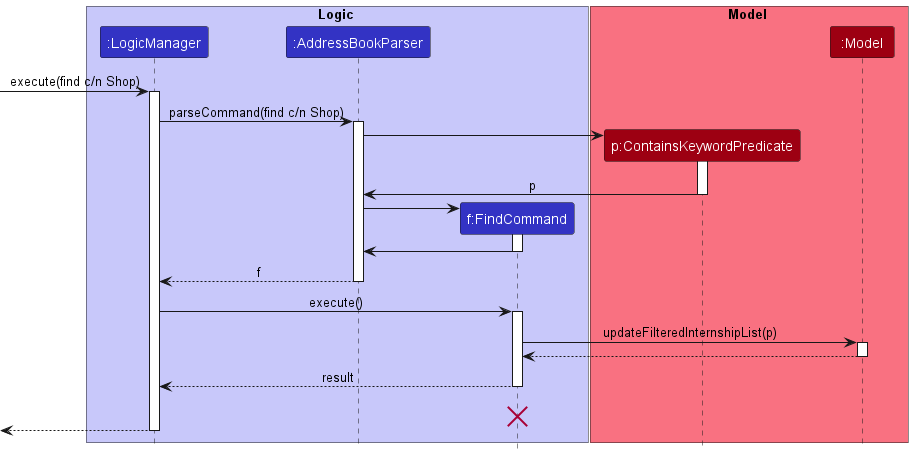
The PlantUML diagram docs/images/FindSequenceDiagram.png in nus-cs2103-AY2223S1/tp, before a commit.
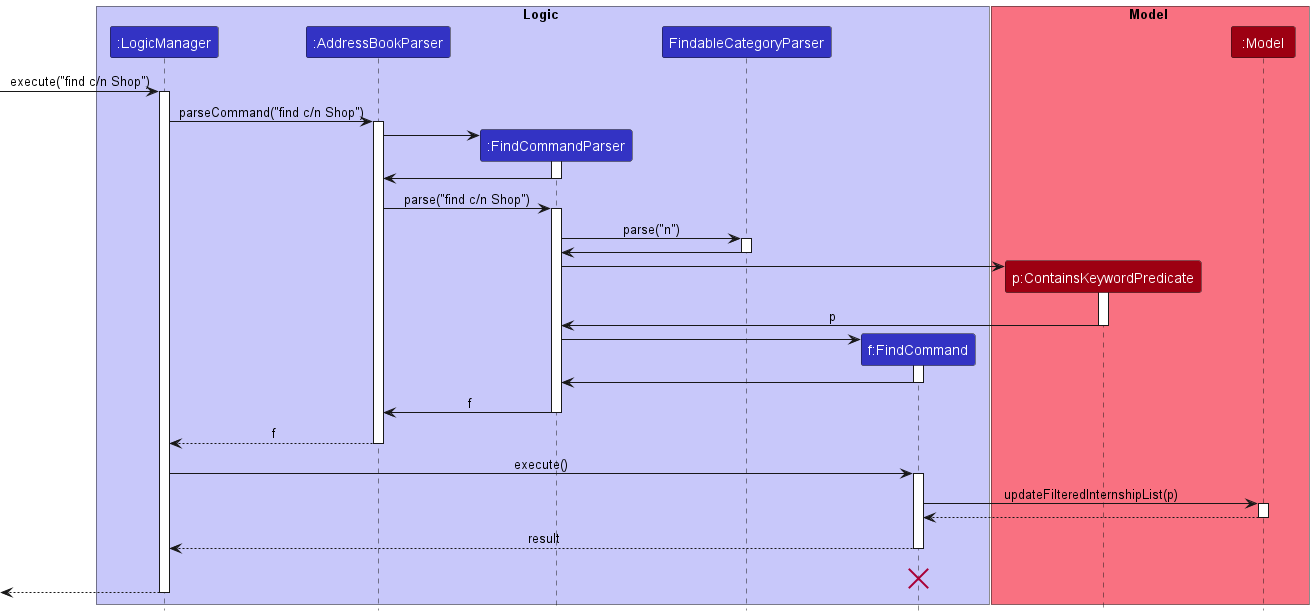
Above is the later version.

Commit message:
Fix UML Sequence Diagram

What changed in the source:
```diff
@@ -4,6 +4,8 @@
 box Logic LOGIC_COLOR_T1
 participant ":LogicManager" as LogicManager LOGIC_COLOR
 participant ":AddressBookParser" as AddressBookParser LOGIC_COLOR
+participant ":FindCommandParser" as FindParser LOGIC_COLOR
+participant "FindableCategoryParser" as CategoryParser LOGIC_COLOR
 participant "f:FindCommand" as FindCommand LOGIC_COLOR
 end box
 
@@ -11,25 +13,44 @@
 participant "p:ContainsKeywordPredicate" as Predicate MODEL_COLOR
 participant ":Model" as Model MODEL_COLOR
 end box
-[-> LogicManager : execute(find c/n Shop)
+[-> LogicManager : execute("find c/n Shop")
 activate LogicManager
 
-LogicManager -> AddressBookParser : parseCommand(find c/n Shop)
+LogicManager -> AddressBookParser : parseCommand("find c/n Shop")
 activate AddressBookParser
 
+create FindParser
+AddressBookParser -> FindParser
+activate FindParser
+
+FindParser -> AddressBookParser
+deactivate FindParser
+
+AddressBookParser -> FindParser : parse("find c/n Shop")
+activate FindParser
+
+FindParser -> CategoryParser : parse("n")
+activate CategoryParser
+
+CategoryParser -> FindParser
+deactivate CategoryParser
+
 create Predicate
-AddressBookParser -> Predicate
+FindParser -> Predicate
 activate Predicate
 
-Predicate -> AddressBookParser : p
+Predicate -> FindParser : p
 deactivate Predicate
 
 create FindCommand
-AddressBookParser -> FindCommand
+FindParser -> FindCommand
 activate FindCommand
 
-FindCommand -> AddressBookParser
+FindCommand -> FindParser
 deactivate FindCommand
+
+FindParser -> AddressBookParser : f
+deactivate FindParser
 
 AddressBookParser --> LogicManager : f
 deactivate AddressBookParser
```
